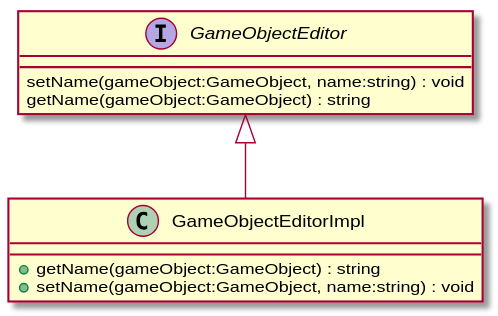
The PlantUML diagram UML/Assets/Scripts/GameObjectEditor.svg in DeNatur/ProductionFloorVisualization, before a commit. Its diagram source:
```plantuml
@startuml
interface GameObjectEditor {
    setName(gameObject:GameObject, name:string) : void
    getName(gameObject:GameObject) : string
}
class GameObjectEditorImpl {
    + getName(gameObject:GameObject) : string
    + setName(gameObject:GameObject, name:string) : void
}
GameObjectEditor <|-- GameObjectEditorImpl
@enduml
```
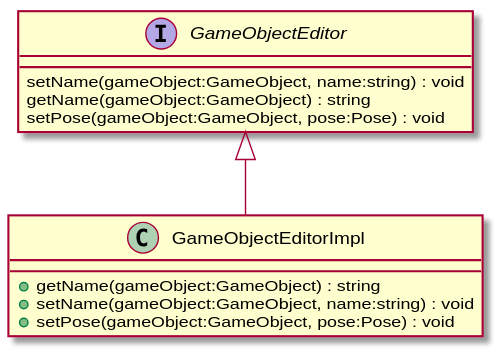
Above is the later version.

What changed in the source:
```diff
@@ -2,10 +2,12 @@
 interface GameObjectEditor {
     setName(gameObject:GameObject, name:string) : void
     getName(gameObject:GameObject) : string
+    setPose(gameObject:GameObject, pose:Pose) : void
 }
 class GameObjectEditorImpl {
     + getName(gameObject:GameObject) : string
     + setName(gameObject:GameObject, name:string) : void
+    + setPose(gameObject:GameObject, pose:Pose) : void
 }
 GameObjectEditor <|-- GameObjectEditorImpl
 @enduml
```
